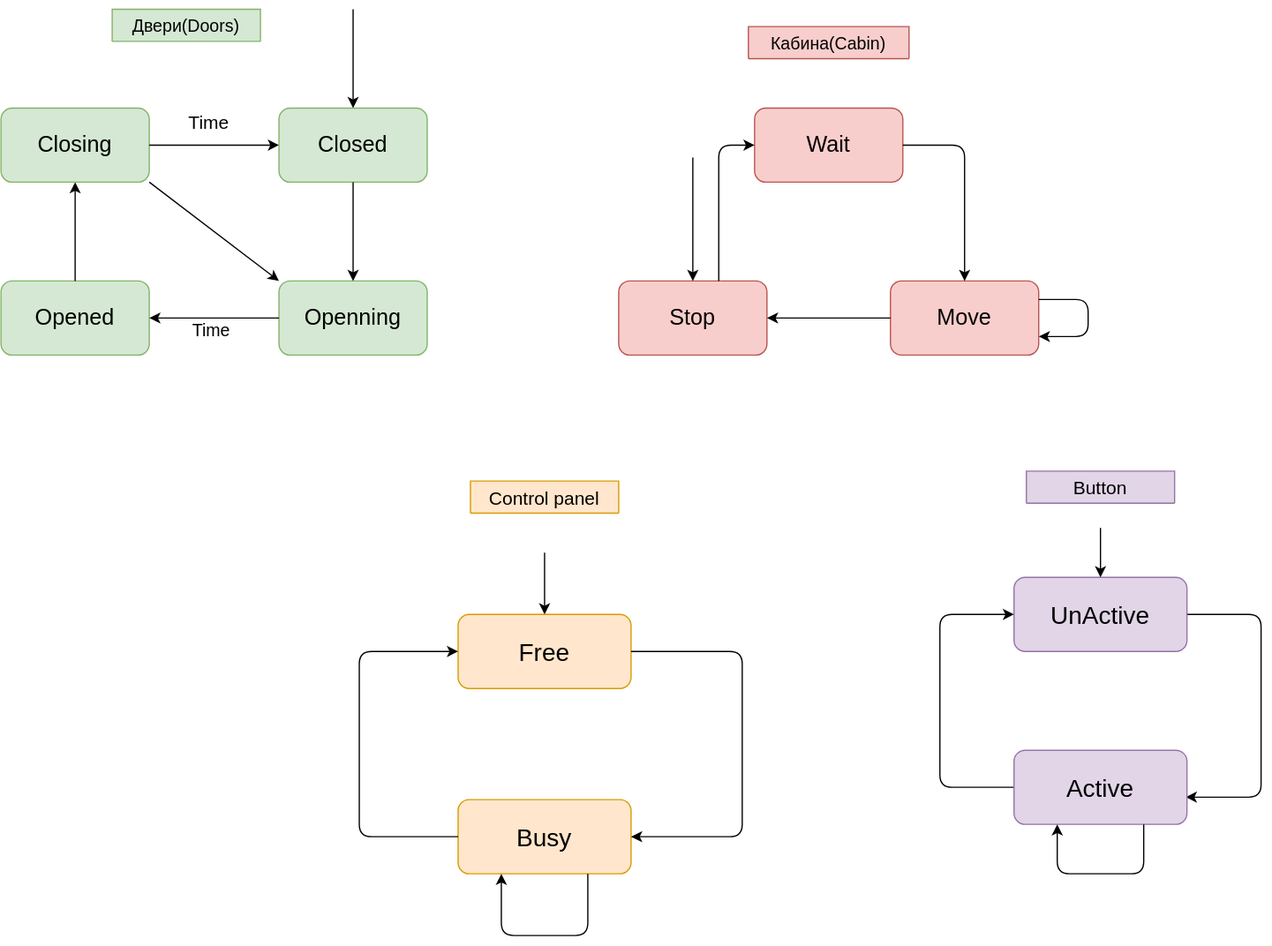
Earlier version of the draw.io export lab_04/uml/lab_04_ДПС.svg (Mansurow/bmstu-iu7-4sem-OOP). Source tidied: cells renumbered, new cells last; positions are measured from the earlier drawing's top-left corner, leaving out a move shared by most shapes.
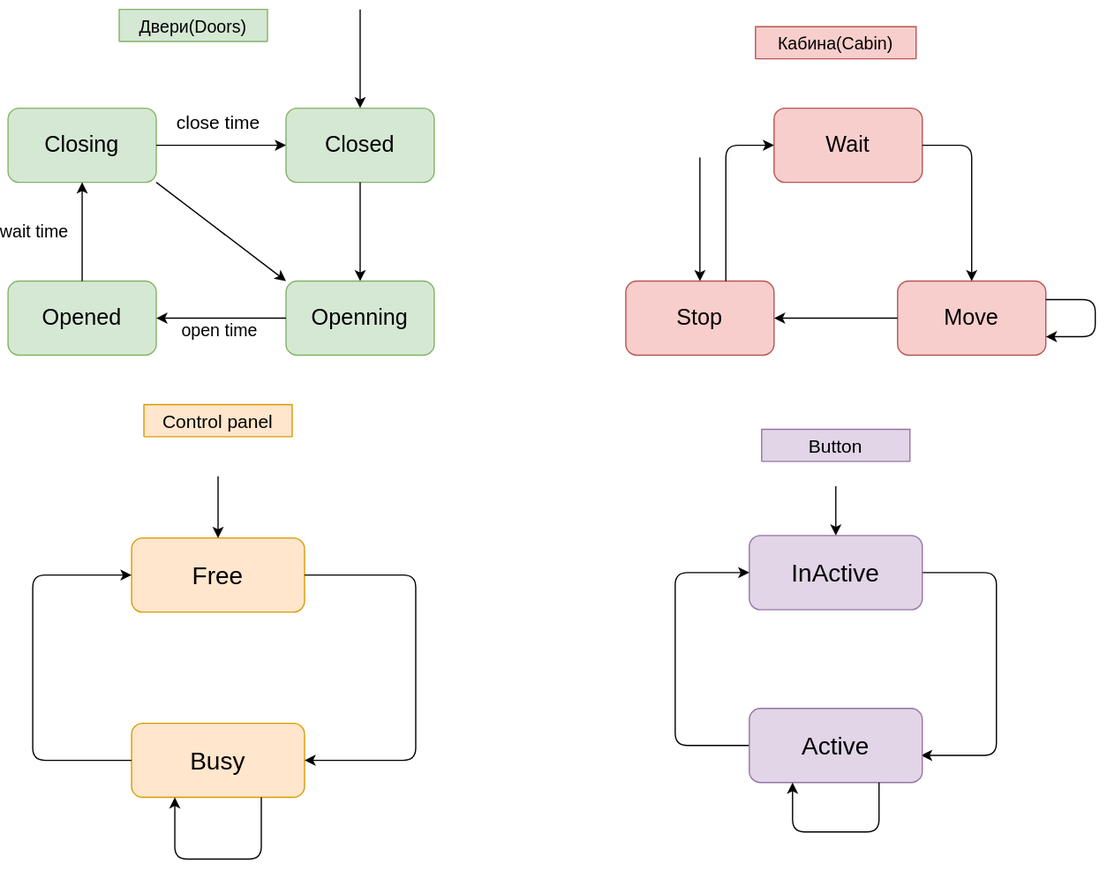
Above is the later version.

What changed in the source:
```diff
@@ -20,7 +20,7 @@
     <mxCell id="7" style="endArrow=classic;html=1;entryX=0;entryY=0.5;entryDx=0;entryDy=0;exitX=1;exitY=0.5;exitDx=0;exitDy=0;" parent="1" edge="1" source="6" target="3">
       <mxGeometry relative="1" as="geometry" />
     </mxCell>
-    <mxCell id="8" value="Time" style="edgeLabel;html=1;align=center;verticalAlign=middle;fontSize=15;" parent="7" vertex="1">
+    <mxCell id="8" value="close time" style="edgeLabel;html=1;align=center;verticalAlign=middle;fontSize=15;" parent="7" vertex="1">
       <mxGeometry x="-0.26" y="3" relative="1" as="geometry">
         <mxPoint x="8.5" y="-17" as="offset" />
       </mxGeometry>
@@ -28,12 +28,17 @@
     <mxCell id="9" style="endArrow=classic;html=1;entryX=0.5;entryY=0;entryDx=0;entryDy=0;exitX=0.5;exitY=1;exitDx=0;exitDy=0;" parent="1" edge="1" source="3" target="4">
       <mxGeometry relative="1" as="geometry" />
     </mxCell>
-    <mxCell id="10" value="&lt;font style=&quot;font-size: 14px&quot;&gt;Time&lt;/font&gt;" style="endArrow=classic;html=1;entryX=1;entryY=0.5;entryDx=0;entryDy=0;exitX=0;exitY=0.5;exitDx=0;exitDy=0;" parent="1" edge="1" source="4" target="5">
+    <mxCell id="10" value="&lt;font style=&quot;font-size: 14px&quot;&gt;open time&lt;/font&gt;" style="endArrow=classic;html=1;entryX=1;entryY=0.5;entryDx=0;entryDy=0;exitX=0;exitY=0.5;exitDx=0;exitDy=0;" parent="1" edge="1" source="4" target="5">
       <mxGeometry x="0.05" y="10" relative="1" as="geometry" />
     </mxCell>
     <mxCell id="11" style="endArrow=classic;html=1;entryX=0.5;entryY=1;entryDx=0;entryDy=0;exitX=0.5;exitY=0;exitDx=0;exitDy=0;" parent="1" edge="1" source="5" target="6">
       <mxGeometry relative="1" as="geometry" />
     </mxCell>
+    <mxCell id="37" value="&lt;font style=&quot;font-size: 14px&quot;&gt;wait time&lt;/font&gt;" style="edgeLabel;html=1;align=center;verticalAlign=middle;" parent="11" vertex="1">
+      <mxGeometry x="-0.42" relative="1" as="geometry">
+        <mxPoint x="-40" y="-17" as="offset" />
+      </mxGeometry>
+    </mxCell>
     <mxCell id="12" style="endArrow=classic;html=1;entryX=0;entryY=0;entryDx=0;entryDy=0;exitX=1;exitY=1;exitDx=0;exitDy=0;" parent="1" edge="1" source="6" target="4">
       <mxGeometry relative="1" as="geometry" />
     </mxCell>
@@ -46,40 +51,40 @@
       </mxGeometry>
     </mxCell>
     <mxCell id="15" value="Control panel" style="swimlane;fontStyle=0;horizontal=1;startSize=26;fillColor=#ffe6cc;strokeColor=#d79b00;fontSize=15;" parent="1" vertex="1" collapsed="1">
-      <mxGeometry x="380" y="382" width="120" height="26" as="geometry" />
+      <mxGeometry x="110" y="320" width="120" height="26" as="geometry" />
     </mxCell>
     <mxCell id="16" value="&lt;font style=&quot;font-size: 20px&quot;&gt;Free&lt;/font&gt;" style="rounded=1;whiteSpace=wrap;html=1;fontSize=15;fillColor=#ffe6cc;strokeColor=#d79b00;" parent="1" vertex="1">
-      <mxGeometry x="370" y="490" width="140" height="60" as="geometry" />
+      <mxGeometry x="100" y="428" width="140" height="60" as="geometry" />
     </mxCell>
     <mxCell id="17" value="&lt;font style=&quot;font-size: 20px&quot;&gt;Busy&lt;/font&gt;" style="rounded=1;whiteSpace=wrap;html=1;fontSize=15;fillColor=#ffe6cc;strokeColor=#d79b00;" parent="1" vertex="1">
-      <mxGeometry x="370" y="640" width="140" height="60" as="geometry" />
+      <mxGeometry x="100" y="578" width="140" height="60" as="geometry" />
     </mxCell>
     <mxCell id="18" style="endArrow=classic;html=1;entryX=1;entryY=0.5;entryDx=0;entryDy=0;exitX=1;exitY=0.5;exitDx=0;exitDy=0;" parent="1" edge="1" source="16" target="17">
       <mxGeometry relative="1" as="geometry">
         <Array as="points">
-          <mxPoint x="600" y="520" />
-          <mxPoint x="600" y="670" />
+          <mxPoint x="330" y="458" />
+          <mxPoint x="330" y="608" />
         </Array>
       </mxGeometry>
     </mxCell>
     <mxCell id="19" style="endArrow=classic;html=1;entryX=0.5;entryY=0;entryDx=0;entryDy=0;" parent="1" edge="1" target="16">
       <mxGeometry relative="1" as="geometry">
-        <mxPoint x="440" y="440" as="sourcePoint" />
+        <mxPoint x="170" y="378" as="sourcePoint" />
       </mxGeometry>
     </mxCell>
     <mxCell id="20" style="endArrow=classic;html=1;entryX=0;entryY=0.5;entryDx=0;entryDy=0;exitX=0;exitY=0.5;exitDx=0;exitDy=0;" parent="1" edge="1" source="17" target="16">
       <mxGeometry relative="1" as="geometry">
         <Array as="points">
-          <mxPoint x="290" y="670" />
-          <mxPoint x="290" y="520" />
+          <mxPoint x="20" y="608" />
+          <mxPoint x="20" y="458" />
         </Array>
       </mxGeometry>
     </mxCell>
     <mxCell id="21" style="endArrow=classic;html=1;entryX=0.25;entryY=1;entryDx=0;entryDy=0;exitX=0.75;exitY=1;exitDx=0;exitDy=0;" parent="1" edge="1" source="17" target="17">
       <mxGeometry relative="1" as="geometry">
         <Array as="points">
-          <mxPoint x="475" y="750" />
-          <mxPoint x="405" y="750" />
+          <mxPoint x="205" y="688" />
+          <mxPoint x="135" y="688" />
         </Array>
       </mxGeometry>
     </mxCell>
@@ -106,7 +111,7 @@
       <mxGeometry relative="1" as="geometry" />
     </mxCell>
     <mxCell id="27" value="&lt;font style=&quot;font-size: 18px&quot;&gt;Wait&lt;/font&gt;" style="rounded=1;whiteSpace=wrap;html=1;fillColor=#f8cecc;strokeColor=#b85450;" parent="1" vertex="1">
-      <mxGeometry x="610" y="80" width="120" height="60" as="geometry" />
+      <mxGeometry x="620" y="80" width="120" height="60" as="geometry" />
     </mxCell>
     <mxCell id="28" style="endArrow=classic;html=1;entryX=0.5;entryY=0;entryDx=0;entryDy=0;exitX=1;exitY=0.5;exitDx=0;exitDy=0;" parent="1" edge="1" source="27" target="22">
       <mxGeometry relative="1" as="geometry">
@@ -123,41 +128,41 @@
       </mxGeometry>
     </mxCell>
     <mxCell id="30" value="Button" style="swimlane;fontStyle=0;horizontal=1;startSize=26;fillColor=#e1d5e7;strokeColor=#9673a6;fontSize=15;" parent="1" vertex="1" collapsed="1">
-      <mxGeometry x="830" y="374" width="120" height="26" as="geometry" />
+      <mxGeometry x="610" y="340" width="120" height="26" as="geometry" />
     </mxCell>
     <mxCell id="31" style="edgeStyle=orthogonalEdgeStyle;rounded=1;jettySize=auto;html=1;exitX=1;exitY=0.5;exitDx=0;exitDy=0;entryX=0.993;entryY=0.633;entryDx=0;entryDy=0;entryPerimeter=0;" parent="1" edge="1" source="32" target="34">
       <mxGeometry relative="1" as="geometry">
         <Array as="points">
-          <mxPoint x="1020" y="490" />
-          <mxPoint x="1020" y="638" />
+          <mxPoint x="800" y="456" />
+          <mxPoint x="800" y="604" />
         </Array>
       </mxGeometry>
     </mxCell>
-    <mxCell id="32" value="&lt;span style=&quot;font-size: 20px&quot;&gt;UnActive&lt;/span&gt;" style="rounded=1;whiteSpace=wrap;html=1;fontSize=15;fillColor=#e1d5e7;strokeColor=#9673a6;" parent="1" vertex="1">
-      <mxGeometry x="820" y="460" width="140" height="60" as="geometry" />
+    <mxCell id="32" value="&lt;span style=&quot;font-size: 20px&quot;&gt;InActive&lt;/span&gt;" style="rounded=1;whiteSpace=wrap;html=1;fontSize=15;fillColor=#e1d5e7;strokeColor=#9673a6;" parent="1" vertex="1">
+      <mxGeometry x="600" y="426" width="140" height="60" as="geometry" />
     </mxCell>
     <mxCell id="33" style="edgeStyle=orthogonalEdgeStyle;rounded=1;jettySize=auto;html=1;exitX=0;exitY=0.5;exitDx=0;exitDy=0;entryX=0;entryY=0.5;entryDx=0;entryDy=0;" parent="1" edge="1" source="34" target="32">
       <mxGeometry relative="1" as="geometry">
         <Array as="points">
-          <mxPoint x="760" y="630" />
-          <mxPoint x="760" y="490" />
+          <mxPoint x="540" y="596" />
+          <mxPoint x="540" y="456" />
         </Array>
       </mxGeometry>
     </mxCell>
     <mxCell id="34" value="&lt;span style=&quot;font-size: 20px&quot;&gt;Active&lt;/span&gt;" style="rounded=1;whiteSpace=wrap;html=1;fontSize=15;fillColor=#e1d5e7;strokeColor=#9673a6;" parent="1" vertex="1">
-      <mxGeometry x="820" y="600" width="140" height="60" as="geometry" />
+      <mxGeometry x="600" y="566" width="140" height="60" as="geometry" />
     </mxCell>
     <mxCell id="35" style="edgeStyle=orthogonalEdgeStyle;rounded=1;orthogonalLoop=1;jettySize=auto;html=1;exitX=0.75;exitY=1;exitDx=0;exitDy=0;entryX=0.25;entryY=1;entryDx=0;entryDy=0;" parent="1" edge="1" source="34" target="34">
       <mxGeometry relative="1" as="geometry">
         <Array as="points">
-          <mxPoint x="925" y="700" />
-          <mxPoint x="855" y="700" />
+          <mxPoint x="705" y="666" />
+          <mxPoint x="635" y="666" />
         </Array>
       </mxGeometry>
     </mxCell>
     <mxCell id="36" style="endArrow=classic;html=1;entryX=0.5;entryY=0;entryDx=0;entryDy=0;" parent="1" edge="1" target="32">
       <mxGeometry relative="1" as="geometry">
-        <mxPoint x="890" y="420" as="sourcePoint" />
+        <mxPoint x="670" y="386" as="sourcePoint" />
       </mxGeometry>
     </mxCell>
   </root>
```
